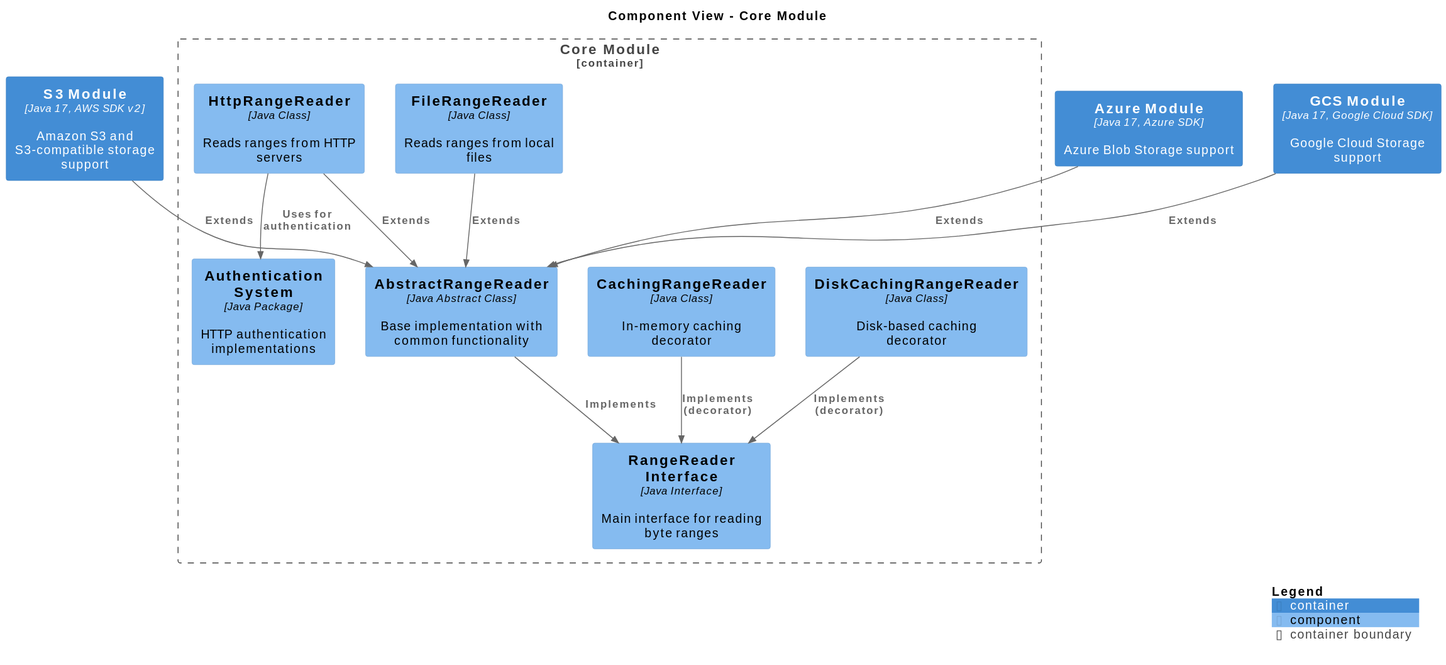
Earlier version of the PlantUML export assets/images/structurizr/structurizr-CoreComponents.svg (tileverse-io/tileverse). Source of this version:
```plantuml
@startuml
set separator none
title Component View - Core Module

top to bottom direction

!include <C4/C4>
!include <C4/C4_Context>
!include <C4/C4_Container>
!include <C4/C4_Component>

Container(TileverseRangeReader.S3Module, "S3 Module", $techn="Java 17, AWS SDK v2", $descr="Amazon S3 and S3-compatible storage support", $tags="", $link="")
Container(TileverseRangeReader.AzureModule, "Azure Module", $techn="Java 17, Azure SDK", $descr="Azure Blob Storage support", $tags="", $link="")
Container(TileverseRangeReader.GCSModule, "GCS Module", $techn="Java 17, Google Cloud SDK", $descr="Google Cloud Storage support", $tags="", $link="")

Container_Boundary("TileverseRangeReader.CoreModule_boundary", "Core Module", $tags="") {
  Component(TileverseRangeReader.CoreModule.RangeReaderInterface, "RangeReader Interface", $techn="Java Interface", $descr="Main interface for reading byte ranges", $tags="", $link="")
  Component(TileverseRangeReader.CoreModule.AbstractRangeReader, "AbstractRangeReader", $techn="Java Abstract Class", $descr="Base implementation with common functionality", $tags="", $link="")
  Component(TileverseRangeReader.CoreModule.FileRangeReader, "FileRangeReader", $techn="Java Class", $descr="Reads ranges from local files", $tags="", $link="")
  Component(TileverseRangeReader.CoreModule.HttpRangeReader, "HttpRangeReader", $techn="Java Class", $descr="Reads ranges from HTTP servers", $tags="", $link="")
  Component(TileverseRangeReader.CoreModule.CachingRangeReader, "CachingRangeReader", $techn="Java Class", $descr="In-memory caching decorator", $tags="", $link="")
  Component(TileverseRangeReader.CoreModule.DiskCachingRangeReader, "DiskCachingRangeReader", $techn="Java Class", $descr="Disk-based caching decorator", $tags="", $link="")
  Component(TileverseRangeReader.CoreModule.AuthenticationSystem, "Authentication System", $techn="Java Package", $descr="HTTP authentication implementations", $tags="", $link="")
}

Rel(TileverseRangeReader.CoreModule.AbstractRangeReader, TileverseRangeReader.CoreModule.RangeReaderInterface, "Implements", $techn="", $tags="", $link="")
Rel(TileverseRangeReader.CoreModule.FileRangeReader, TileverseRangeReader.CoreModule.AbstractRangeReader, "Extends", $techn="", $tags="", $link="")
Rel(TileverseRangeReader.CoreModule.HttpRangeReader, TileverseRangeReader.CoreModule.AbstractRangeReader, "Extends", $techn="", $tags="", $link="")
Rel(TileverseRangeReader.CoreModule.CachingRangeReader, TileverseRangeReader.CoreModule.RangeReaderInterface, "Implements (decorator)", $techn="", $tags="", $link="")
Rel(TileverseRangeReader.CoreModule.DiskCachingRangeReader, TileverseRangeReader.CoreModule.RangeReaderInterface, "Implements (decorator)", $techn="", $tags="", $link="")
Rel(TileverseRangeReader.CoreModule.HttpRangeReader, TileverseRangeReader.CoreModule.AuthenticationSystem, "Uses for authentication", $techn="", $tags="", $link="")
Rel(TileverseRangeReader.S3Module, TileverseRangeReader.CoreModule.AbstractRangeReader, "Extends", $techn="", $tags="", $link="")
Rel(TileverseRangeReader.AzureModule, TileverseRangeReader.CoreModule.AbstractRangeReader, "Extends", $techn="", $tags="", $link="")
Rel(TileverseRangeReader.GCSModule, TileverseRangeReader.CoreModule.AbstractRangeReader, "Extends", $techn="", $tags="", $link="")

SHOW_LEGEND(true)
@enduml
```
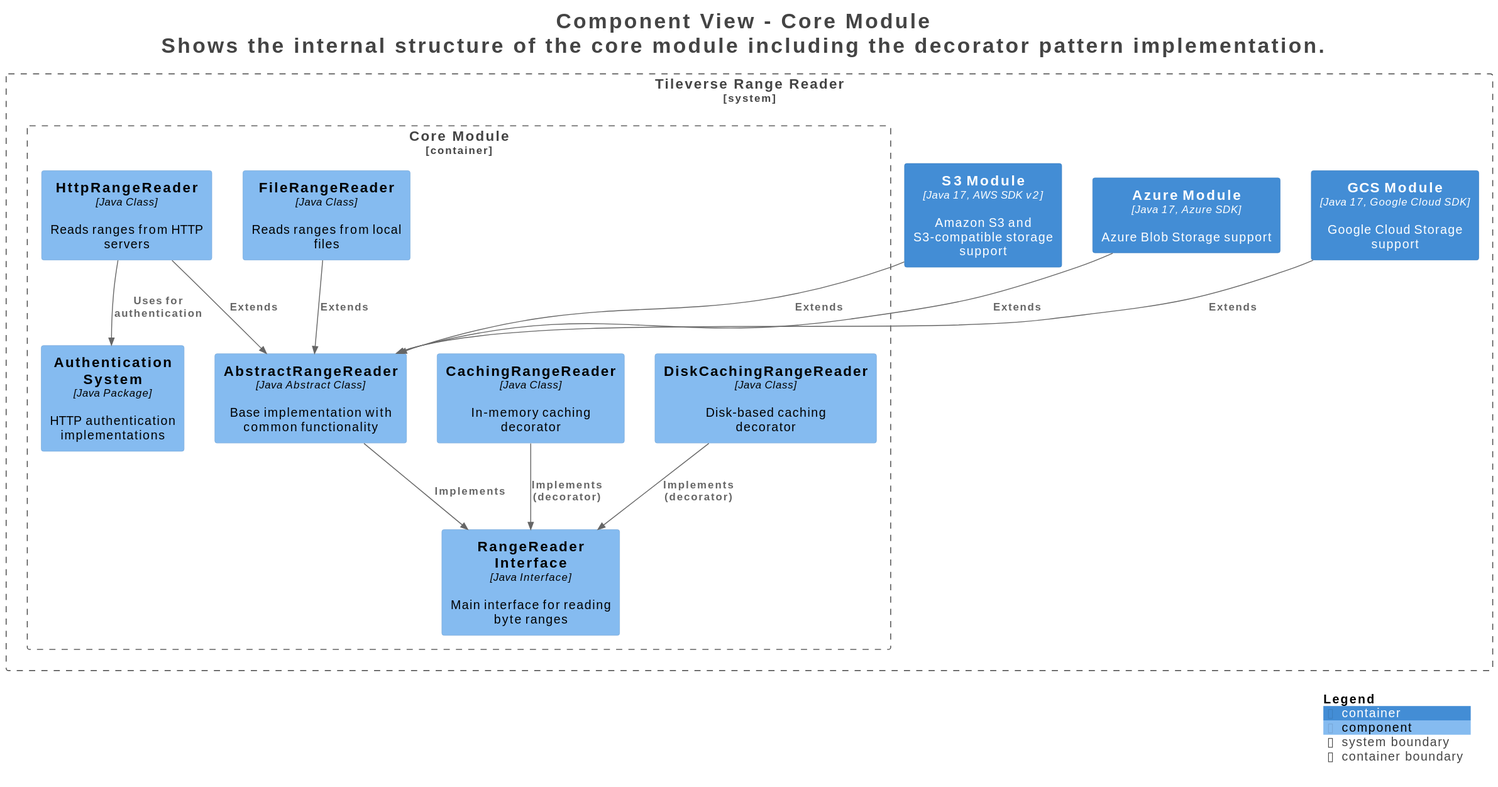
After the change.

What changed in the source:
```diff
@@ -1,26 +1,35 @@
 @startuml
+title <size:24>Component View - Core Module</size>\n<size:24>Shows the internal structure of the core module including the decorator pattern implementation.</size>
+
 set separator none
-title Component View - Core Module
+top to bottom direction
 
-top to bottom direction
+<style>
+  root {
+    BackgroundColor: #ffffff
+    FontColor: #444444
+  }
+</style>
 
 !include <C4/C4>
 !include <C4/C4_Context>
 !include <C4/C4_Container>
 !include <C4/C4_Component>
 
-Container(TileverseRangeReader.S3Module, "S3 Module", $techn="Java 17, AWS SDK v2", $descr="Amazon S3 and S3-compatible storage support", $tags="", $link="")
-Container(TileverseRangeReader.AzureModule, "Azure Module", $techn="Java 17, Azure SDK", $descr="Azure Blob Storage support", $tags="", $link="")
-Container(TileverseRangeReader.GCSModule, "GCS Module", $techn="Java 17, Google Cloud SDK", $descr="Google Cloud Storage support", $tags="", $link="")
+System_Boundary("TileverseRangeReader_boundary", "Tileverse Range Reader", $tags="") {
+  Container_Boundary("TileverseRangeReader.CoreModule_boundary", "Core Module", $tags="") {
+    Component(TileverseRangeReader.CoreModule.RangeReaderInterface, "RangeReader Interface", $techn="Java Interface", $descr="Main interface for reading byte ranges", $tags="", $link="")
+    Component(TileverseRangeReader.CoreModule.AbstractRangeReader, "AbstractRangeReader", $techn="Java Abstract Class", $descr="Base implementation with common functionality", $tags="", $link="")
+    Component(TileverseRangeReader.CoreModule.FileRangeReader, "FileRangeReader", $techn="Java Class", $descr="Reads ranges from local files", $tags="", $link="")
+    Component(TileverseRangeReader.CoreModule.HttpRangeReader, "HttpRangeReader", $techn="Java Class", $descr="Reads ranges from HTTP servers", $tags="", $link="")
+    Component(TileverseRangeReader.CoreModule.CachingRangeReader, "CachingRangeReader", $techn="Java Class", $descr="In-memory caching decorator", $tags="", $link="")
+    Component(TileverseRangeReader.CoreModule.DiskCachingRangeReader, "DiskCachingRangeReader", $techn="Java Class", $descr="Disk-based caching decorator", $tags="", $link="")
+    Component(TileverseRangeReader.CoreModule.AuthenticationSystem, "Authentication System", $techn="Java Package", $descr="HTTP authentication implementations", $tags="", $link="")
+  }
 
-Container_Boundary("TileverseRangeReader.CoreModule_boundary", "Core Module", $tags="") {
-  Component(TileverseRangeReader.CoreModule.RangeReaderInterface, "RangeReader Interface", $techn="Java Interface", $descr="Main interface for reading byte ranges", $tags="", $link="")
-  Component(TileverseRangeReader.CoreModule.AbstractRangeReader, "AbstractRangeReader", $techn="Java Abstract Class", $descr="Base implementation with common functionality", $tags="", $link="")
-  Component(TileverseRangeReader.CoreModule.FileRangeReader, "FileRangeReader", $techn="Java Class", $descr="Reads ranges from local files", $tags="", $link="")
-  Component(TileverseRangeReader.CoreModule.HttpRangeReader, "HttpRangeReader", $techn="Java Class", $descr="Reads ranges from HTTP servers", $tags="", $link="")
-  Component(TileverseRangeReader.CoreModule.CachingRangeReader, "CachingRangeReader", $techn="Java Class", $descr="In-memory caching decorator", $tags="", $link="")
-  Component(TileverseRangeReader.CoreModule.DiskCachingRangeReader, "DiskCachingRangeReader", $techn="Java Class", $descr="Disk-based caching decorator", $tags="", $link="")
-  Component(TileverseRangeReader.CoreModule.AuthenticationSystem, "Authentication System", $techn="Java Package", $descr="HTTP authentication implementations", $tags="", $link="")
+  Container(TileverseRangeReader.S3Module, "S3 Module", $techn="Java 17, AWS SDK v2", $descr="Amazon S3 and S3-compatible storage support", $tags="", $link="")
+  Container(TileverseRangeReader.AzureModule, "Azure Module", $techn="Java 17, Azure SDK", $descr="Azure Blob Storage support", $tags="", $link="")
+  Container(TileverseRangeReader.GCSModule, "GCS Module", $techn="Java 17, Google Cloud SDK", $descr="Google Cloud Storage support", $tags="", $link="")
 }
 
 Rel(TileverseRangeReader.CoreModule.AbstractRangeReader, TileverseRangeReader.CoreModule.RangeReaderInterface, "Implements", $techn="", $tags="", $link="")
@@ -34,4 +43,5 @@
 Rel(TileverseRangeReader.GCSModule, TileverseRangeReader.CoreModule.AbstractRangeReader, "Extends", $techn="", $tags="", $link="")
 
 SHOW_LEGEND(true)
+hide stereotypes
 @enduml
```
